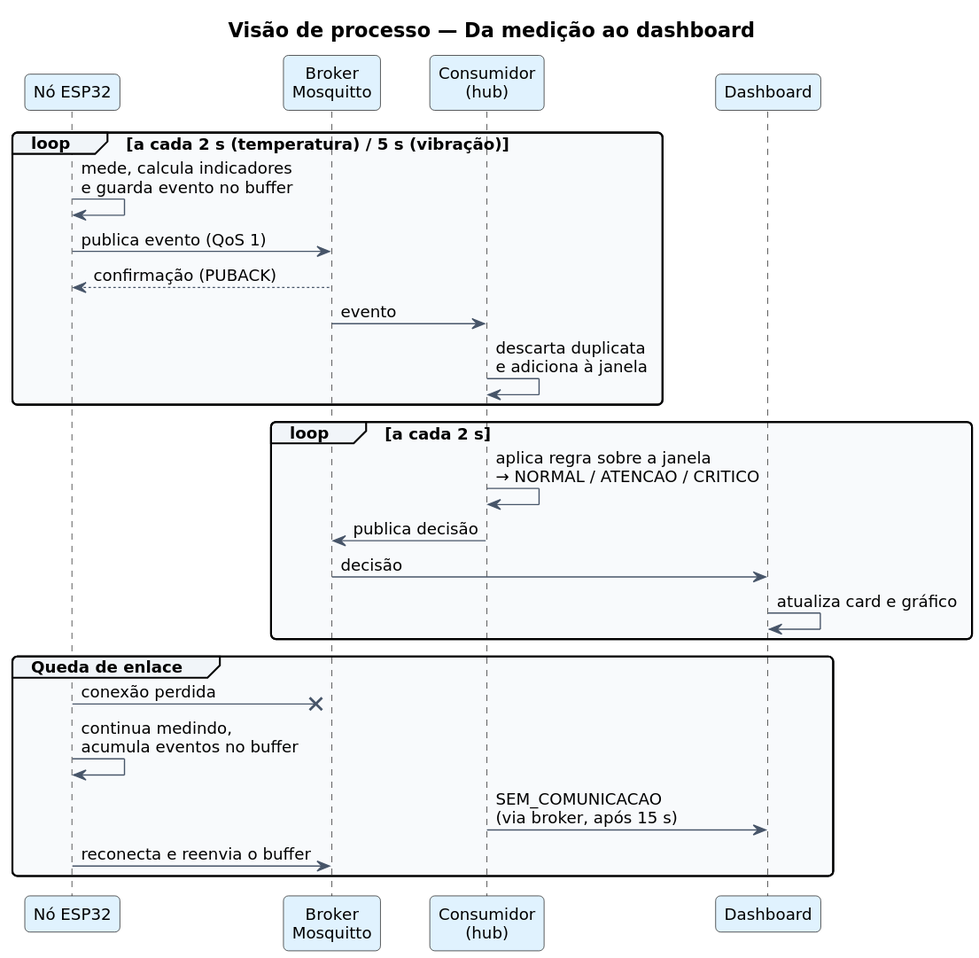
Above: docs/diagramas/svg/processo.svg in UFG-INF-SSU-2026/swifties (PlantUML), before the change.
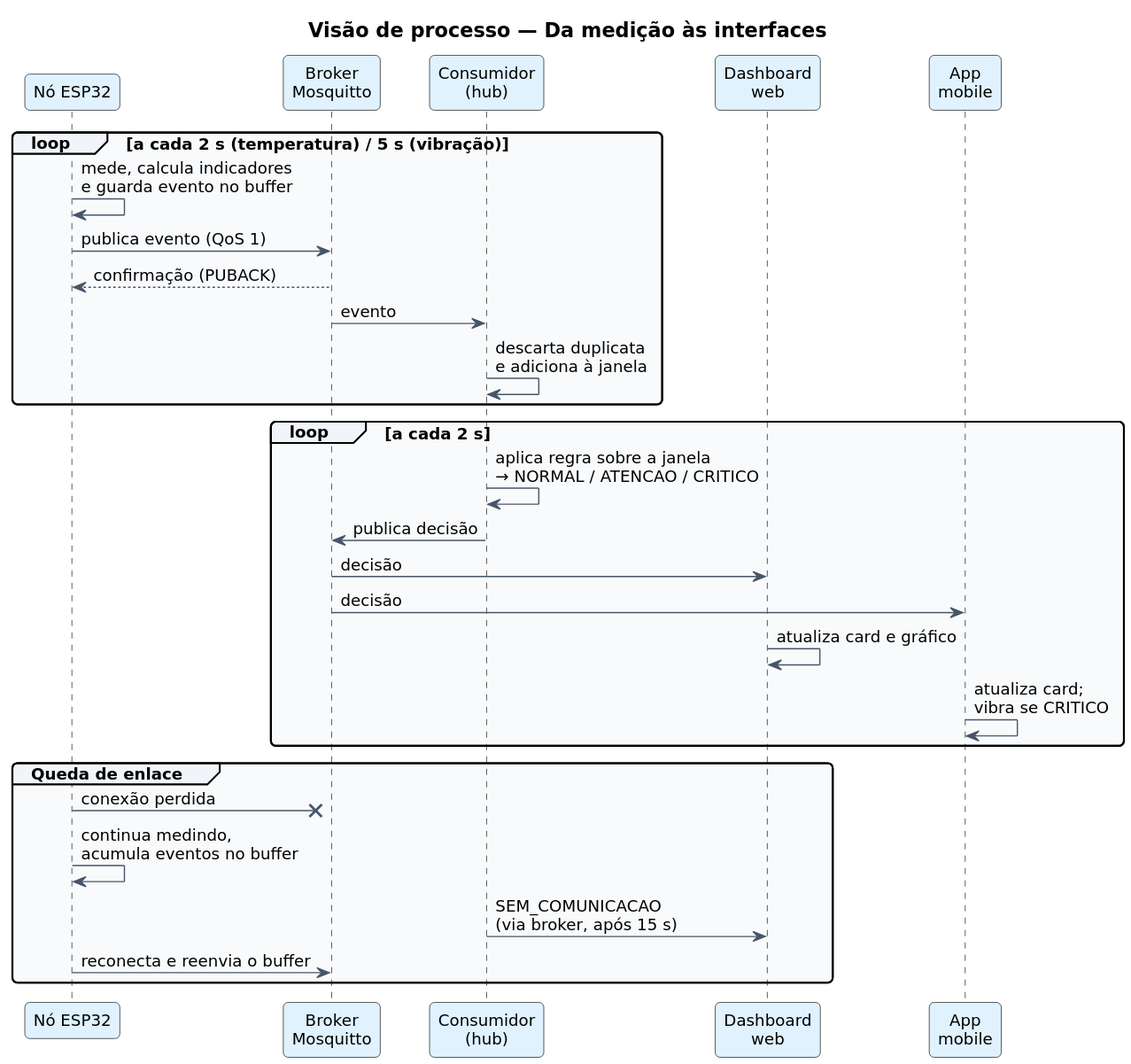
The same diagram one commit later.

The edit, as a diff of the source:
```diff
@@ -1,11 +1,12 @@
 @startuml
 !include _estilo.iuml
-title Visão de processo — Da medição ao dashboard
+title Visão de processo — Da medição às interfaces
 
 participant "Nó ESP32" as No
 participant "Broker\nMosquitto" as Broker
 participant "Consumidor\n(hub)" as Hub
-participant "Dashboard" as Dash
+participant "Dashboard\nweb" as Dash
+participant "App\nmobile" as App
 
 loop a cada 2 s (temperatura) / 5 s (vibração)
   No -> No : mede, calcula indicadores\ne guarda evento no buffer
@@ -19,7 +20,9 @@
   Hub -> Hub : aplica regra sobre a janela\n→ NORMAL / ATENCAO / CRITICO
   Hub -> Broker : publica decisão
   Broker -> Dash : decisão
+  Broker -> App : decisão
   Dash -> Dash : atualiza card e gráfico
+  App -> App : atualiza card;\nvibra se CRITICO
 end
 
 group Queda de enlace
```
